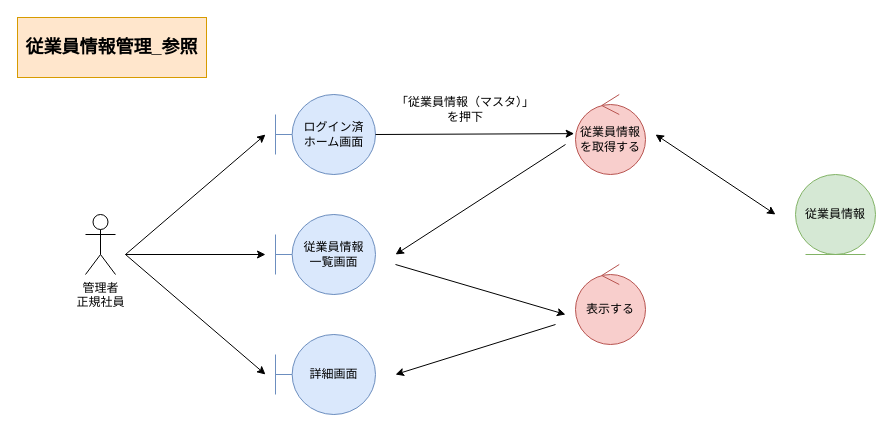
HaruShim/Sotuken keeps this draw.io diagram as page "*従業員情報管理_参照" (2 of 5) of 各種設計書/3ロバストネス図/マスタ管理/1.従業員情報マスタ.drawio. Above is the earlier version. Source tidied: cells renumbered, new cells numbered last; positions are measured from the earlier drawing's top-left corner, leaving out a move shared by most shapes. Both pictures are drawn from the tidied source at 100%, with x=0, y=0 at pixel (17, 17).
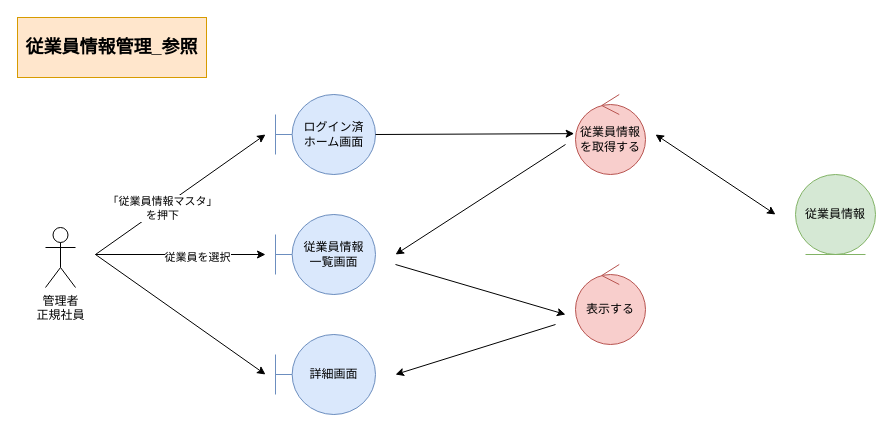
Above is the later version.

What changed in the source:
```diff
@@
-    <mxCell id="2" value="管理者&lt;br&gt;正規社員" style="shape=umlActor;verticalLabelPosition=bottom;verticalAlign=top;html=1;" parent="1" vertex="1">
-      <mxGeometry x="68" y="197" width="30" height="60" as="geometry" />
-    </mxCell>
@@
-    <mxCell id="10" value="「従業員情報（マスタ）」&lt;br&gt;を押下" style="text;html=1;strokeColor=none;fillColor=none;align=center;verticalAlign=middle;whiteSpace=wrap;rounded=0;" parent="1" vertex="1">
-      <mxGeometry x="368" y="77" width="160" height="30" as="geometry" />
-    </mxCell>
@@
-    <mxCell id="15" style="endArrow=classic;html=1;rounded=0;" parent="1" edge="1">
-      <mxGeometry relative="1" as="geometry">
-        <mxPoint x="108" y="237" as="sourcePoint" />
-        <mxPoint x="248" y="117" as="targetPoint" />
-      </mxGeometry>
-    </mxCell>
-    <mxCell id="16" style="endArrow=classic;html=1;rounded=0;" parent="1" edge="1">
-      <mxGeometry relative="1" as="geometry">
-        <mxPoint x="108" y="237" as="sourcePoint" />
-        <mxPoint x="248" y="237" as="targetPoint" />
-      </mxGeometry>
-    </mxCell>
-    <mxCell id="17" style="endArrow=classic;html=1;rounded=0;" parent="1" edge="1">
-      <mxGeometry relative="1" as="geometry">
-        <mxPoint x="108" y="237" as="sourcePoint" />
-        <mxPoint x="248" y="357" as="targetPoint" />
-      </mxGeometry>
-    </mxCell>
@@
+    <mxCell id="2" value="管理者&lt;br&gt;正規社員" style="shape=umlActor;verticalLabelPosition=bottom;verticalAlign=top;html=1;" parent="1" vertex="1">
+      <mxGeometry x="28" y="210" width="30" height="60" as="geometry" />
+    </mxCell>
+    <mxCell id="19" style="endArrow=classic;html=1;rounded=0;" parent="1" edge="1">
+      <mxGeometry relative="1" as="geometry">
+        <mxPoint x="78" y="237" as="sourcePoint" />
+        <mxPoint x="248" y="117" as="targetPoint" />
+      </mxGeometry>
+    </mxCell>
+    <mxCell id="20" value="「従業員情報マスタ」&lt;br&gt;を押下" style="edgeLabel;html=1;align=center;verticalAlign=middle;" parent="19" vertex="1">
+      <mxGeometry x="-0.22" relative="1" as="geometry" />
+    </mxCell>
+    <mxCell id="21" style="endArrow=classic;html=1;rounded=0;" parent="1" edge="1">
+      <mxGeometry relative="1" as="geometry">
+        <mxPoint x="78" y="237" as="sourcePoint" />
+        <mxPoint x="248" y="237" as="targetPoint" />
+      </mxGeometry>
+    </mxCell>
+    <mxCell id="22" value="従業員を選択" style="edgeLabel;html=1;align=center;verticalAlign=middle;" parent="21" vertex="1">
+      <mxGeometry x="0.19" y="-2" relative="1" as="geometry" />
+    </mxCell>
+    <mxCell id="23" style="endArrow=classic;html=1;rounded=0;" parent="1" edge="1">
+      <mxGeometry relative="1" as="geometry">
+        <mxPoint x="78" y="237" as="sourcePoint" />
+        <mxPoint x="248" y="357" as="targetPoint" />
+      </mxGeometry>
+    </mxCell>
```
